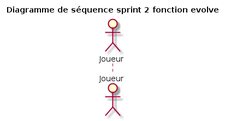
This is diagrammes/diag_sequence/sprint_2_evolve.png from simonh88/ACL2017_LaraClette, a PlantUML export, as it was before one commit.
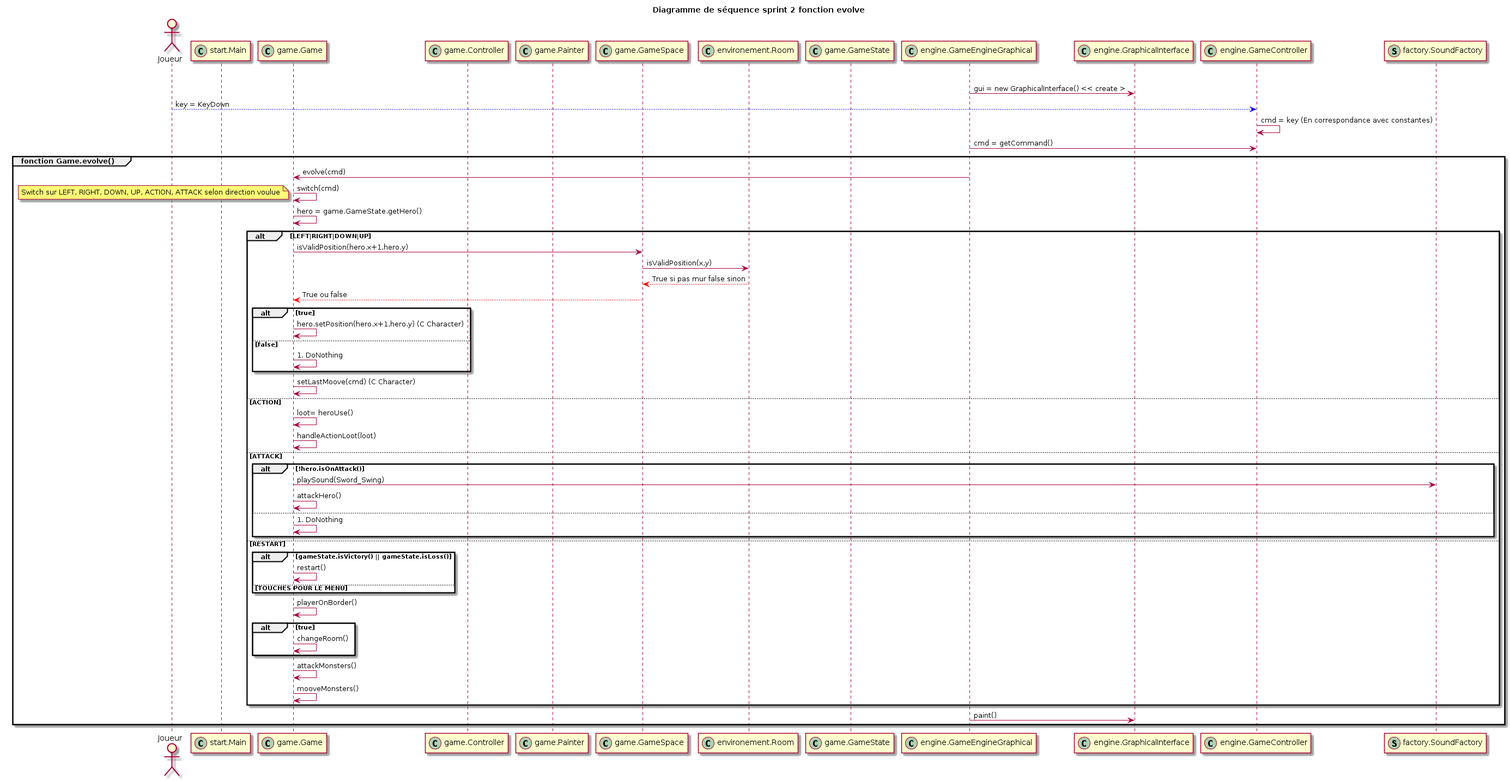
The same file after the commit.

Commit message:
Séquence sprint2

The edit, as a diff of the source:
```diff
@@ -1,5 +1,66 @@
 @startuml
 title Diagramme de séquence sprint 2 fonction evolve
 actor Joueur
+participant start.Main << (C,#ADD1B2) >>
+participant game.Game << (C,#ADD1B2) >>
+participant game.Controller << (C,#ADD1B2) >>
+participant game.Painter << (C,#ADD1B2) >>
+participant game.GameSpace << (C,#ADD1B2) >>
+participant environement.Room << (C,#ADD1B2) >>
+participant game.GameState << (C,#ADD1B2) >>
+participant engine.GameEngineGraphical << (C,#ADD1B2) >>
+participant engine.GraphicalInterface << (C,#ADD1B2) >>
+participant engine.GameController << (C,#ADD1B2) >>
+participant factory.SoundFactory << (S,#ADD1B2) >>
+
+
+loop !game.isFinished() #Sleep(100)
+    engine.GameEngineGraphical->engine.GraphicalInterface: gui = new GraphicalInterface() << create >
+    Joueur-[#0000FF]->engine.GameController: key = KeyDown
+    engine.GameController->engine.GameController: cmd = key (En correspondance avec constantes)
+    engine.GameEngineGraphical->engine.GameController: cmd = getCommand()
+    group fonction Game.evolve()
+        engine.GameEngineGraphical->game.Game: evolve(cmd)
+        game.Game->game.Game: switch(cmd)
+        note left
+            Switch sur LEFT, RIGHT, DOWN, UP, ACTION, ATTACK selon direction voulue
+        end note
+         game.Game->game.Game: hero = game.GameState.getHero()
+         alt LEFT|RIGHT|DOWN|UP
+            game.Game->game.GameSpace: isValidPosition(hero.x+1,hero.y)
+            game.GameSpace->environement.Room: isValidPosition(x,y)
+            environement.Room-[#red]-> game.GameSpace: True si pas mur false sinon
+            game.GameSpace-[#red]-> game.Game: True ou false
+            alt true
+                game.Game->game.Game: hero.setPosition(hero.x+1,hero.y) (C Character)
+            else false
+                game.Game->game.Game: #DoNothing
+            end
+            game.Game->game.Game: setLastMoove(cmd) (C Character)
+         else ACTION
+            game.Game->game.Game: loot= heroUse()
+            game.Game->game.Game: handleActionLoot(loot)
+         else ATTACK
+            alt !hero.isOnAttack()
+                game.Game->factory.SoundFactory: playSound(Sword_Swing)
+                game.Game->game.Game: attackHero()
+            else
+                game.Game->game.Game: #DoNothing
+            end
+         else RESTART
+            alt gameState.isVictory() || gameState.isLoss()
+            game.Game->game.Game: restart()
+         else TOUCHES POUR LE MENU
+         end
+         game.Game->game.Game: playerOnBorder()
+         alt true
+            game.Game->game.Game: changeRoom()
+         end
+         game.Game->game.Game: attackMonsters()
+         game.Game->game.Game: mooveMonsters()
+    end
+
+    engine.GameEngineGraphical->engine.GraphicalInterface: paint()
+end
 
 @enduml
```
